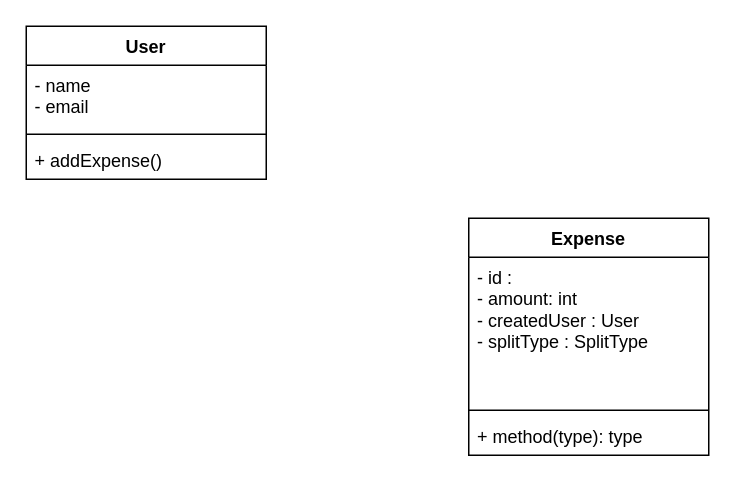
Above: Splitwise/Splitwise.drawio in rahulbansal530/Low-Level-Design (draw.io), before the change. Source tidied: cells renumbered, new cells numbered last; positions are measured from the earlier drawing's top-left corner, leaving out a move shared by most shapes. Both pictures are drawn from the tidied source at 150%, with x=0, y=0 at pixel (26, 26).
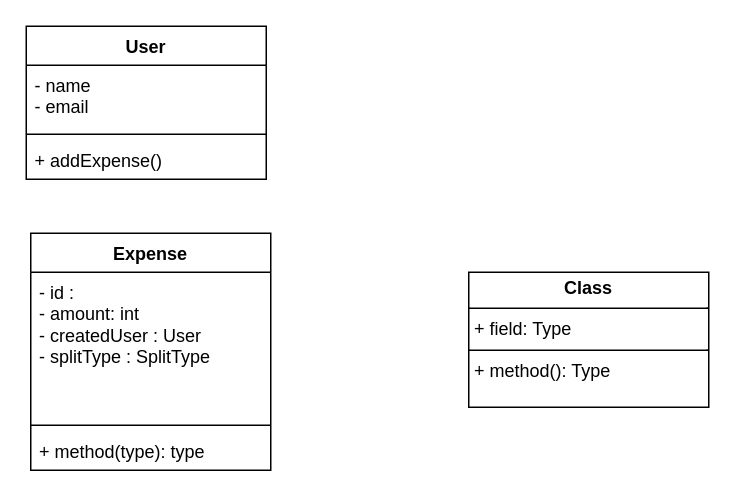
The same page after the edit.

Change to the diagram source:
```diff
@@
 <mxGraphModel>
   <root>
     <mxCell id="0" />
     <mxCell id="1" parent="0" />
     <mxCell id="2" value="User" style="swimlane;fontStyle=1;align=center;verticalAlign=top;horizontal=1;startSize=26;whiteSpace=wrap;html=1;" parent="1" vertex="1">
       <mxGeometry width="160" height="102" as="geometry" />
     </mxCell>
     <mxCell id="3" value="- name&lt;div&gt;- email&lt;/div&gt;" style="text;strokeColor=none;fillColor=none;align=left;verticalAlign=top;spacingLeft=4;spacingRight=4;overflow=hidden;whiteSpace=wrap;html=1;" parent="2" vertex="1">
       <mxGeometry y="26" width="160" height="42" as="geometry" />
     </mxCell>
     <mxCell id="4" style="line;strokeWidth=1;fillColor=none;align=left;verticalAlign=middle;spacingTop=-1;spacingLeft=3;spacingRight=3;labelPosition=right;strokeColor=inherit;" parent="2" vertex="1">
       <mxGeometry y="68" width="160" height="8" as="geometry" />
     </mxCell>
     <mxCell id="5" value="+ addExpense()" style="text;strokeColor=none;fillColor=none;align=left;verticalAlign=top;spacingLeft=4;spacingRight=4;overflow=hidden;whiteSpace=wrap;html=1;" parent="2" vertex="1">
       <mxGeometry y="76" width="160" height="26" as="geometry" />
     </mxCell>
     <mxCell id="6" value="Expense" style="swimlane;fontStyle=1;align=center;verticalAlign=top;horizontal=1;startSize=26;whiteSpace=wrap;html=1;" parent="1" vertex="1">
-      <mxGeometry x="295" y="128" width="160" height="158" as="geometry" />
+      <mxGeometry x="3" y="138" width="160" height="158" as="geometry" />
     </mxCell>
     <mxCell id="7" value="- id :&amp;nbsp;&lt;div&gt;- amount: int&lt;div&gt;- createdUser : User&lt;/div&gt;&lt;/div&gt;&lt;div&gt;- splitType : SplitType&lt;/div&gt;" style="text;strokeColor=none;fillColor=none;align=left;verticalAlign=top;spacingLeft=4;spacingRight=4;overflow=hidden;whiteSpace=wrap;html=1;" parent="6" vertex="1">
       <mxGeometry y="26" width="160" height="98" as="geometry" />
     </mxCell>
     <mxCell id="8" style="line;strokeWidth=1;fillColor=none;align=left;verticalAlign=middle;spacingTop=-1;spacingLeft=3;spacingRight=3;labelPosition=right;strokeColor=inherit;" parent="6" vertex="1">
       <mxGeometry y="124" width="160" height="8" as="geometry" />
     </mxCell>
     <mxCell id="9" value="+ method(type): type" style="text;strokeColor=none;fillColor=none;align=left;verticalAlign=top;spacingLeft=4;spacingRight=4;overflow=hidden;whiteSpace=wrap;html=1;" parent="6" vertex="1">
       <mxGeometry y="132" width="160" height="26" as="geometry" />
     </mxCell>
+    <mxCell id="10" value="&lt;p style=&quot;margin:0px;margin-top:4px;text-align:center;&quot;&gt;&lt;b&gt;Class&lt;/b&gt;&lt;/p&gt;&lt;hr size=&quot;1&quot; style=&quot;border-style:solid;&quot;/&gt;&lt;p style=&quot;margin:0px;margin-left:4px;&quot;&gt;+ field: Type&lt;/p&gt;&lt;hr size=&quot;1&quot; style=&quot;border-style:solid;&quot;/&gt;&lt;p style=&quot;margin:0px;margin-left:4px;&quot;&gt;+ method(): Type&lt;/p&gt;" style="verticalAlign=top;align=left;overflow=fill;html=1;whiteSpace=wrap;" parent="1" vertex="1">
+      <mxGeometry x="295" y="164" width="160" height="90" as="geometry" />
+    </mxCell>
   </root>
 </mxGraphModel>
```
